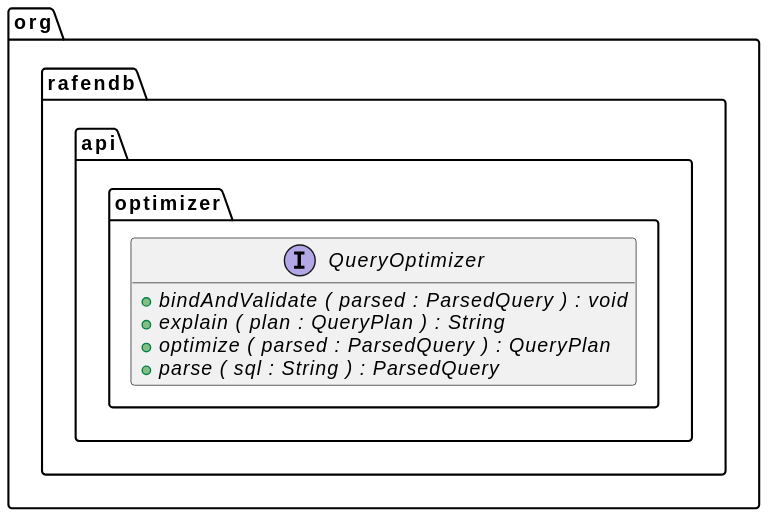
Before: docs/generated/api/api-optimizer.svg, a diagram exported from PlantUML (m-akma1/rafendb). Its source is kept beside it as docs/generated/api/api-optimizer.puml. Its diagram source:
```plantuml
@startuml

set namespaceSeparator .
hide empty members
skinparam linetype ortho


interface org.rafendb.api.optimizer.QueryOptimizer {
	{method}  {abstract} +bindAndValidate ( parsed : ParsedQuery ) : void
	{method}  {abstract} +explain ( plan : QueryPlan ) : String
	{method}  {abstract} +optimize ( parsed : ParsedQuery ) : QueryPlan
	{method}  {abstract} +parse ( sql : String ) : ParsedQuery
}






@enduml
```
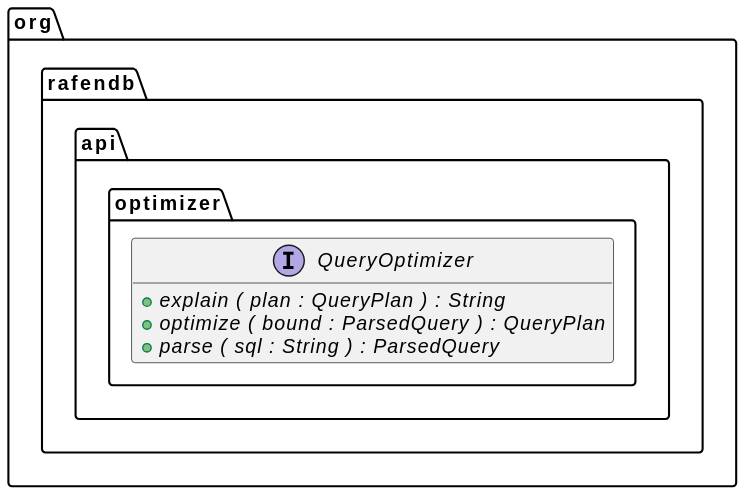
Later version of the same file.

The edit, as a diff of the source:
```diff
@@ -6,9 +6,8 @@
 
 
 interface org.rafendb.api.optimizer.QueryOptimizer {
-	{method}  {abstract} +bindAndValidate ( parsed : ParsedQuery ) : void
 	{method}  {abstract} +explain ( plan : QueryPlan ) : String
-	{method}  {abstract} +optimize ( parsed : ParsedQuery ) : QueryPlan
+	{method}  {abstract} +optimize ( bound : ParsedQuery ) : QueryPlan
 	{method}  {abstract} +parse ( sql : String ) : ParsedQuery
 }
 
```
